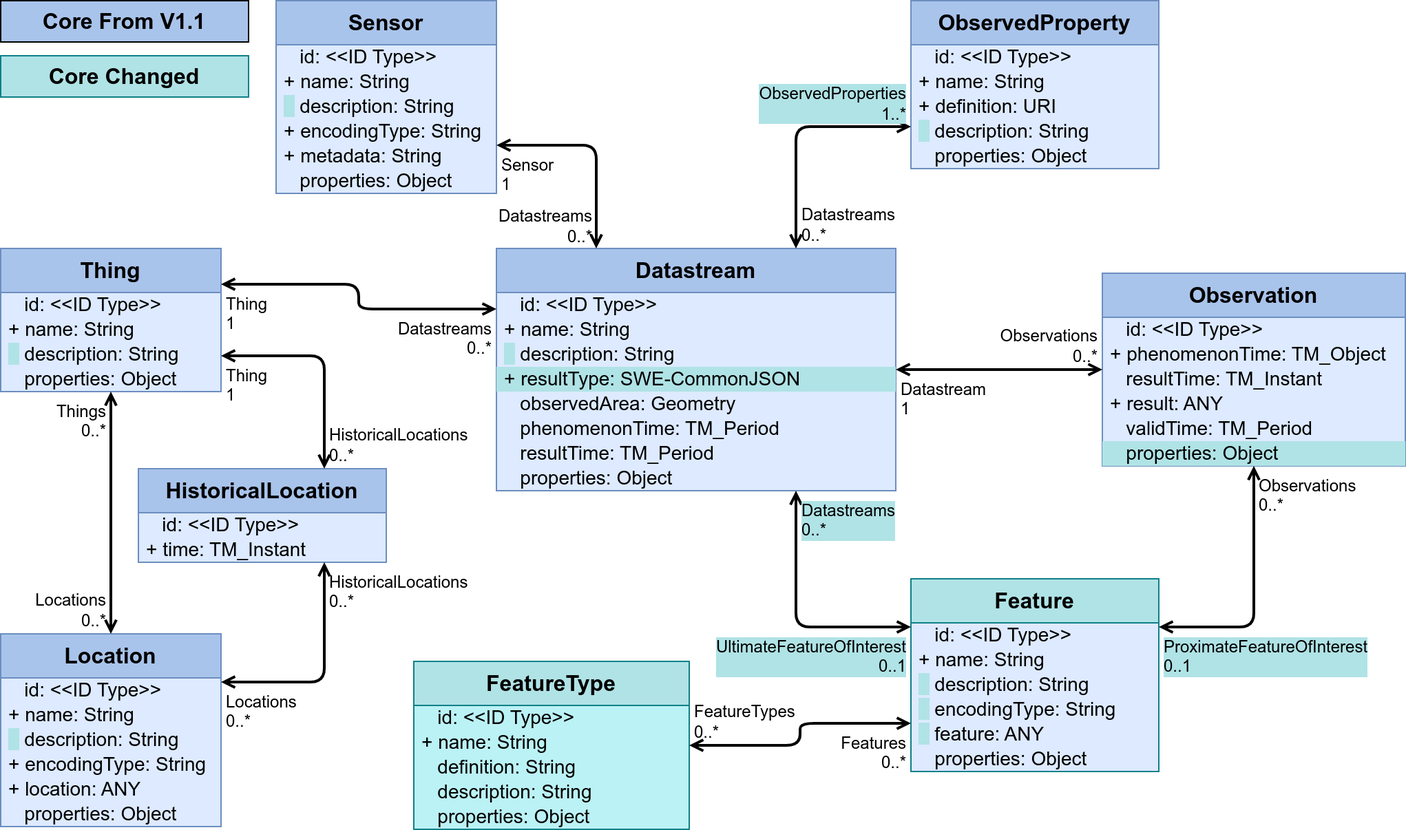
The draw.io diagram figures/Datamodel-SensorThingsApi-V2-Core.drawio.png in opengeospatial/sensorthings, before a commit. Source tidied: cells renumbered, new cells last; positions are measured from the earlier drawing's top-left corner, leaving out a move shared by most shapes.
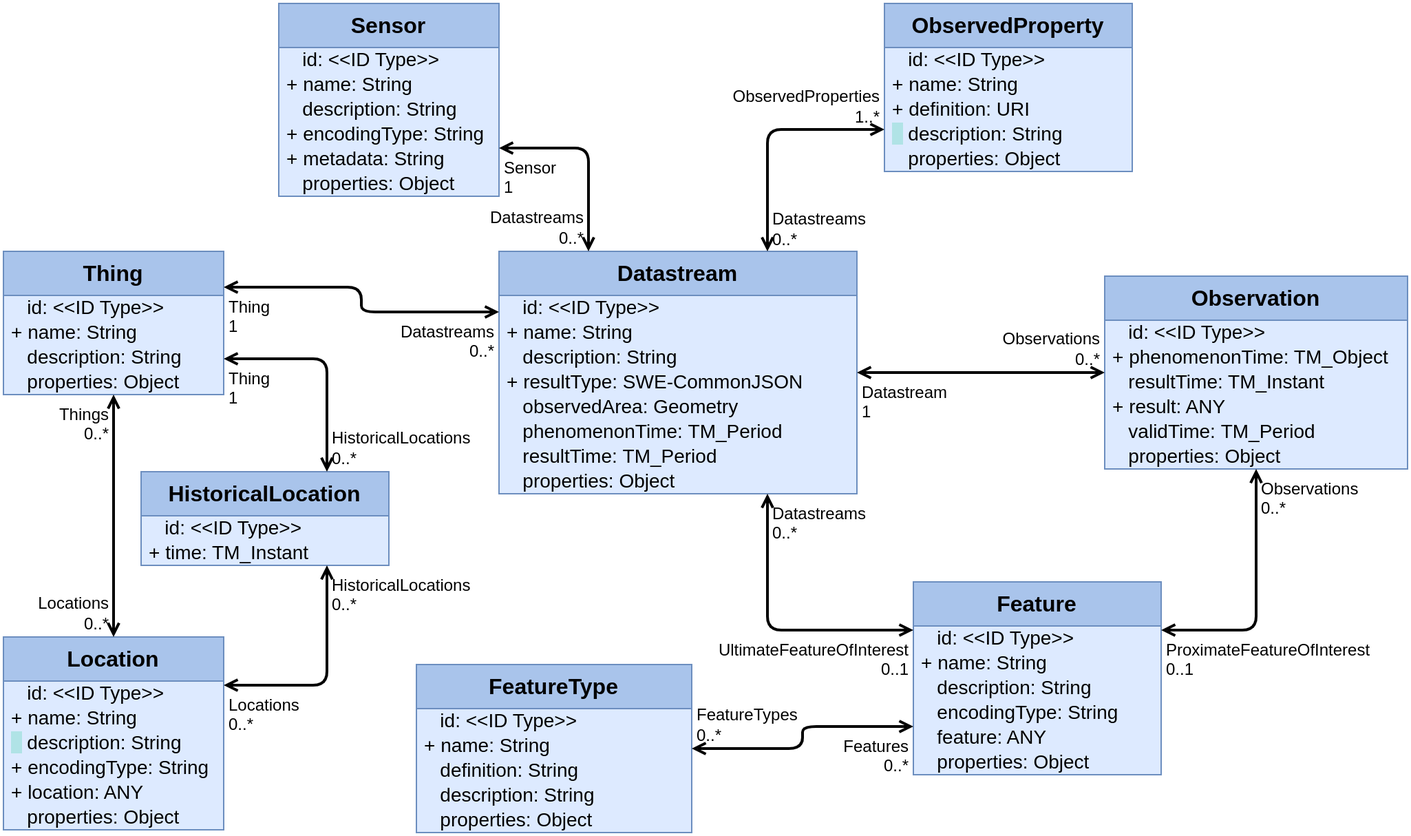
Above is the later version.

Diff of the diagram source:
```diff
@@ -3,33 +3,33 @@
     <mxCell id="0" />
     <mxCell id="1" parent="0" />
     <mxCell id="2" value="Datastream" style="swimlane;fontStyle=1;horizontal=1;startSize=32;fontSize=16;whiteSpace=wrap;html=1;fillColor=#A9C4EB;strokeColor=#6c8ebf;swimlaneFillColor=#DDEAFF;verticalAlign=top;" parent="1" vertex="1">
-      <mxGeometry x="360" y="180" width="290" height="176" as="geometry" />
+      <mxGeometry x="360" y="180" width="260" height="176" as="geometry" />
     </mxCell>
     <mxCell id="3" value="&amp;nbsp;&amp;nbsp;&amp;nbsp;id: &amp;lt;&amp;lt;ID Type&amp;gt;&amp;gt;" style="text;strokeColor=none;fillColor=none;align=left;verticalAlign=middle;spacingLeft=4;spacingRight=4;overflow=visible;html=1;fontSize=14;" parent="2" vertex="1">
-      <mxGeometry y="32" width="290" height="18" as="geometry" />
+      <mxGeometry y="32" width="260" height="18" as="geometry" />
     </mxCell>
     <mxCell id="4" value="+ name: String" style="text;strokeColor=none;fillColor=none;align=left;verticalAlign=middle;spacingLeft=4;spacingRight=4;overflow=visible;html=1;fontSize=14;" parent="2" vertex="1">
-      <mxGeometry y="50" width="290" height="18" as="geometry" />
+      <mxGeometry y="50" width="260" height="18" as="geometry" />
     </mxCell>
-    <mxCell id="5" value="&lt;span style=&quot;background-color: rgb(176, 227, 230);&quot;&gt;&amp;nbsp; &lt;/span&gt;&amp;nbsp;description: String" style="text;strokeColor=none;fillColor=none;align=left;verticalAlign=middle;spacingLeft=4;spacingRight=4;overflow=visible;html=1;fontSize=14;" parent="2" vertex="1">
-      <mxGeometry y="68" width="290" height="18" as="geometry" />
+    <mxCell id="5" value="&amp;nbsp; &amp;nbsp;description: String" style="text;strokeColor=none;fillColor=none;align=left;verticalAlign=middle;spacingLeft=4;spacingRight=4;overflow=visible;html=1;fontSize=14;" parent="2" vertex="1">
+      <mxGeometry y="68" width="260" height="18" as="geometry" />
     </mxCell>
-    <mxCell id="6" value="+ resultType: SWE-CommonJSON" style="text;strokeColor=none;fillColor=#b0e3e6;align=left;verticalAlign=middle;spacingLeft=4;spacingRight=4;overflow=visible;html=1;fontSize=14;" parent="2" vertex="1">
-      <mxGeometry y="86" width="290" height="18" as="geometry" />
+    <mxCell id="6" value="+ resultType: SWE-CommonJSON" style="text;strokeColor=none;fillColor=none;align=left;verticalAlign=middle;spacingLeft=4;spacingRight=4;overflow=visible;html=1;fontSize=14;" parent="2" vertex="1">
+      <mxGeometry y="86" width="260" height="18" as="geometry" />
     </mxCell>
     <mxCell id="7" value="&amp;nbsp;&amp;nbsp;&amp;nbsp;observedArea: Geometry" style="text;strokeColor=none;fillColor=none;align=left;verticalAlign=middle;spacingLeft=4;spacingRight=4;overflow=visible;html=1;fontSize=14;" parent="2" vertex="1">
-      <mxGeometry y="104" width="290" height="18" as="geometry" />
+      <mxGeometry y="104" width="260" height="18" as="geometry" />
     </mxCell>
     <mxCell id="8" value="&amp;nbsp;&amp;nbsp;&amp;nbsp;phenomenonTime:&amp;nbsp;TM_Period" style="text;strokeColor=none;fillColor=none;align=left;verticalAlign=middle;spacingLeft=4;spacingRight=4;overflow=visible;html=1;fontSize=14;" parent="2" vertex="1">
-      <mxGeometry y="122" width="290" height="18" as="geometry" />
+      <mxGeometry y="122" width="260" height="18" as="geometry" />
     </mxCell>
     <mxCell id="9" value="&amp;nbsp;&amp;nbsp;&amp;nbsp;resultTime:&amp;nbsp;TM_Period" style="text;strokeColor=none;fillColor=none;align=left;verticalAlign=middle;spacingLeft=4;spacingRight=4;overflow=visible;html=1;fontSize=14;" parent="2" vertex="1">
-      <mxGeometry y="140" width="290" height="18" as="geometry" />
+      <mxGeometry y="140" width="260" height="18" as="geometry" />
     </mxCell>
     <mxCell id="10" value="&amp;nbsp;&amp;nbsp;&amp;nbsp;properties: Object" style="text;strokeColor=none;fillColor=none;align=left;verticalAlign=middle;spacingLeft=4;spacingRight=4;overflow=visible;html=1;fontSize=14;" parent="2" vertex="1">
-      <mxGeometry y="158" width="290" height="18" as="geometry" />
+      <mxGeometry y="158" width="260" height="18" as="geometry" />
     </mxCell>
-    <mxCell id="11" value="Feature" style="swimlane;fontStyle=1;horizontal=1;startSize=32;fontSize=16;whiteSpace=wrap;html=1;fillColor=#b0e3e6;strokeColor=#0e8088;swimlaneFillColor=#DDEAFF;verticalAlign=top;" parent="1" vertex="1">
+    <mxCell id="11" value="Feature" style="swimlane;fontStyle=1;horizontal=1;startSize=32;fontSize=16;whiteSpace=wrap;html=1;fillColor=#A9C4EB;strokeColor=#6c8ebf;swimlaneFillColor=#DDEAFF;verticalAlign=top;" parent="1" vertex="1">
       <mxGeometry x="661" y="420" width="180" height="140" as="geometry" />
     </mxCell>
     <mxCell id="12" value="&amp;nbsp;&amp;nbsp;&amp;nbsp;id: &amp;lt;&amp;lt;ID Type&amp;gt;&amp;gt;" style="text;strokeColor=none;fillColor=none;align=left;verticalAlign=middle;spacingLeft=4;spacingRight=4;overflow=visible;html=1;fontSize=14;" parent="11" vertex="1">
@@ -38,13 +38,13 @@
     <mxCell id="13" value="+ name: String" style="text;strokeColor=none;fillColor=none;align=left;verticalAlign=middle;spacingLeft=4;spacingRight=4;overflow=visible;html=1;fontSize=14;" parent="11" vertex="1">
       <mxGeometry y="50" width="180" height="18" as="geometry" />
     </mxCell>
-    <mxCell id="14" value="&lt;span style=&quot;background-color: rgb(176, 227, 230);&quot;&gt;&amp;nbsp; &lt;/span&gt;&amp;nbsp;description: String" style="text;strokeColor=none;fillColor=none;align=left;verticalAlign=middle;spacingLeft=4;spacingRight=4;overflow=visible;html=1;fontSize=14;" parent="11" vertex="1">
+    <mxCell id="14" value="&amp;nbsp; &amp;nbsp;description: String" style="text;strokeColor=none;fillColor=none;align=left;verticalAlign=middle;spacingLeft=4;spacingRight=4;overflow=visible;html=1;fontSize=14;" parent="11" vertex="1">
       <mxGeometry y="68" width="180" height="18" as="geometry" />
     </mxCell>
-    <mxCell id="15" value="&lt;span style=&quot;background-color: rgb(176, 227, 230);&quot;&gt;&amp;nbsp; &lt;/span&gt;&amp;nbsp;encodingType: String" style="text;strokeColor=none;fillColor=none;align=left;verticalAlign=middle;spacingLeft=4;spacingRight=4;overflow=visible;html=1;fontSize=14;" parent="11" vertex="1">
+    <mxCell id="15" value="&amp;nbsp; &amp;nbsp;encodingType: String" style="text;strokeColor=none;fillColor=none;align=left;verticalAlign=middle;spacingLeft=4;spacingRight=4;overflow=visible;html=1;fontSize=14;" parent="11" vertex="1">
       <mxGeometry y="86" width="180" height="18" as="geometry" />
     </mxCell>
-    <mxCell id="16" value="&lt;span style=&quot;background-color: rgb(176, 227, 230);&quot;&gt;&amp;nbsp; &lt;/span&gt;&amp;nbsp;feature: ANY" style="text;strokeColor=none;fillColor=none;align=left;verticalAlign=middle;spacingLeft=4;spacingRight=4;overflow=visible;html=1;fontSize=14;" parent="11" vertex="1">
+    <mxCell id="16" value="&amp;nbsp; &amp;nbsp;feature: ANY" style="text;strokeColor=none;fillColor=none;align=left;verticalAlign=middle;spacingLeft=4;spacingRight=4;overflow=visible;html=1;fontSize=14;" parent="11" vertex="1">
       <mxGeometry y="104" width="180" height="18" as="geometry" />
     </mxCell>
     <mxCell id="17" value="&amp;nbsp;&amp;nbsp;&amp;nbsp;properties: Object" style="text;strokeColor=none;fillColor=none;align=left;verticalAlign=middle;spacingLeft=4;spacingRight=4;overflow=visible;html=1;fontSize=14;" parent="11" vertex="1">
@@ -53,13 +53,13 @@
     <mxCell id="18" style="endArrow=open;startArrow=open;html=1;rounded=1;exitX=0;exitY=0.25;exitDx=0;exitDy=0;edgeStyle=orthogonalEdgeStyle;entryX=0.75;entryY=1;entryDx=0;entryDy=0;curved=0;strokeWidth=2;startFill=0;endFill=0;" parent="1" edge="1" source="11" target="2">
       <mxGeometry relative="1" as="geometry" />
     </mxCell>
-    <mxCell id="19" value="UltimateFeatureOfInterest&lt;br&gt;0..1" style="edgeLabel;html=1;align=right;verticalAlign=top;labelBackgroundColor=#B0E3E6;fontSize=12;spacingLeft=1;spacing=3;spacingRight=2;" parent="18" vertex="1">
+    <mxCell id="19" value="UltimateFeatureOfInterest&lt;br&gt;0..1" style="edgeLabel;html=1;align=right;verticalAlign=top;labelBackgroundColor=none;fontSize=12;spacingLeft=1;spacing=3;spacingRight=2;" parent="18" vertex="1">
       <mxGeometry x="-1" relative="1" as="geometry" />
     </mxCell>
-    <mxCell id="20" value="Datastreams&lt;br&gt;0..*" style="edgeLabel;html=1;align=left;verticalAlign=top;labelBackgroundColor=#B0E3E6;fontSize=12;spacingLeft=1;spacing=3;spacingRight=2;" parent="18" vertex="1">
+    <mxCell id="20" value="Datastreams&lt;br&gt;0..*" style="edgeLabel;html=1;align=left;verticalAlign=top;labelBackgroundColor=none;fontSize=12;spacingLeft=1;spacing=3;spacingRight=2;" parent="18" vertex="1">
       <mxGeometry x="1" relative="1" as="geometry" />
     </mxCell>
-    <mxCell id="21" value="FeatureType" style="swimlane;fontStyle=1;horizontal=1;startSize=32;fontSize=16;whiteSpace=wrap;html=1;fillColor=#b0e3e6;strokeColor=#0e8088;swimlaneFillColor=#BBF2F5;verticalAlign=top;" parent="1" vertex="1">
+    <mxCell id="21" value="FeatureType" style="swimlane;fontStyle=1;horizontal=1;startSize=32;fontSize=16;whiteSpace=wrap;html=1;fillColor=#A9C4EB;strokeColor=#6c8ebf;swimlaneFillColor=#DDEAFF;verticalAlign=top;" parent="1" vertex="1">
       <mxGeometry x="300" y="480" width="200" height="122" as="geometry" />
     </mxCell>
     <mxCell id="22" value="&amp;nbsp;&amp;nbsp;&amp;nbsp;id: &amp;lt;&amp;lt;ID Type&amp;gt;&amp;gt;" style="text;strokeColor=none;fillColor=none;align=left;verticalAlign=middle;spacingLeft=4;spacingRight=4;overflow=visible;html=1;fontSize=14;" parent="21" vertex="1">
@@ -143,7 +143,7 @@
     <mxCell id="48" value="&amp;nbsp;&amp;nbsp;&amp;nbsp;validTime:&amp;nbsp;TM_Period" style="text;strokeColor=none;fillColor=none;align=left;verticalAlign=middle;spacingLeft=4;spacingRight=4;overflow=visible;html=1;fontSize=14;" parent="43" vertex="1">
       <mxGeometry y="104" width="220" height="18" as="geometry" />
     </mxCell>
-    <mxCell id="49" value="&amp;nbsp;&amp;nbsp;&amp;nbsp;properties: Object" style="text;strokeColor=none;fillColor=#b0e3e6;align=left;verticalAlign=middle;spacingLeft=4;spacingRight=4;overflow=visible;html=1;fontSize=14;" parent="43" vertex="1">
+    <mxCell id="49" value="&amp;nbsp;&amp;nbsp;&amp;nbsp;properties: Object" style="text;strokeColor=none;fillColor=none;align=left;verticalAlign=middle;spacingLeft=4;spacingRight=4;overflow=visible;html=1;fontSize=14;" parent="43" vertex="1">
       <mxGeometry y="122" width="220" height="18" as="geometry" />
     </mxCell>
     <mxCell id="50" style="endArrow=open;startArrow=open;html=1;rounded=1;exitX=0;exitY=0.5;exitDx=0;exitDy=0;entryX=1;entryY=0.5;entryDx=0;entryDy=0;edgeStyle=orthogonalEdgeStyle;strokeWidth=2;curved=0;startFill=0;endFill=0;" parent="1" edge="1" source="43" target="2">
@@ -161,11 +161,11 @@
     <mxCell id="54" value="Observations&lt;br&gt;0..*" style="edgeLabel;html=1;align=left;verticalAlign=top;labelBackgroundColor=none;fontSize=12;spacingLeft=1;spacing=3;spacingRight=2;" parent="53" vertex="1">
       <mxGeometry x="-1" relative="1" as="geometry" />
     </mxCell>
-    <mxCell id="55" value="ProximateFeatureOfInterest&lt;br&gt;0..1" style="edgeLabel;html=1;align=left;verticalAlign=top;labelBackgroundColor=#B0E3E6;fontSize=12;spacingLeft=1;spacing=3;spacingRight=2;" parent="53" vertex="1">
+    <mxCell id="55" value="ProximateFeatureOfInterest&lt;br&gt;0..1" style="edgeLabel;html=1;align=left;verticalAlign=top;labelBackgroundColor=none;fontSize=12;spacingLeft=1;spacing=3;spacingRight=2;" parent="53" vertex="1">
       <mxGeometry x="1" relative="1" as="geometry" />
     </mxCell>
     <mxCell id="56" value="ObservedProperty" style="swimlane;fontStyle=1;horizontal=1;startSize=32;fontSize=16;whiteSpace=wrap;html=1;fillColor=#A9C4EB;strokeColor=#6c8ebf;swimlaneFillColor=#DDEAFF;verticalAlign=top;" parent="1" vertex="1">
-      <mxGeometry x="661" width="180" height="122" as="geometry" />
+      <mxGeometry x="640" width="180" height="122" as="geometry" />
     </mxCell>
     <mxCell id="57" value="&amp;nbsp;&amp;nbsp;&amp;nbsp;id: &amp;lt;&amp;lt;ID Type&amp;gt;&amp;gt;" style="text;strokeColor=none;fillColor=none;align=left;verticalAlign=middle;spacingLeft=4;spacingRight=4;overflow=visible;html=1;fontSize=14;" parent="56" vertex="1">
       <mxGeometry y="32" width="180" height="18" as="geometry" />
@@ -185,7 +185,7 @@
     <mxCell id="62" style="endArrow=open;startArrow=open;html=1;rounded=1;edgeStyle=orthogonalEdgeStyle;entryX=0.75;entryY=0;entryDx=0;entryDy=0;exitX=0;exitY=0.75;exitDx=0;exitDy=0;curved=0;strokeWidth=2;startFill=0;endFill=0;" parent="1" edge="1" source="56" target="2">
       <mxGeometry relative="1" as="geometry" />
     </mxCell>
-    <mxCell id="63" value="ObservedProperties&lt;br&gt;1..*" style="edgeLabel;html=1;align=right;verticalAlign=bottom;labelBackgroundColor=#B0E3E6;fontSize=12;spacingLeft=1;spacing=3;spacingRight=2;" parent="62" vertex="1">
+    <mxCell id="63" value="ObservedProperties&lt;br&gt;1..*" style="edgeLabel;html=1;align=right;verticalAlign=bottom;labelBackgroundColor=none;fontSize=12;spacingLeft=1;spacing=3;spacingRight=2;" parent="62" vertex="1">
       <mxGeometry x="-1" relative="1" as="geometry" />
     </mxCell>
     <mxCell id="64" value="Datastreams&lt;br&gt;0..*" style="edgeLabel;html=1;align=left;verticalAlign=bottom;labelBackgroundColor=none;fontSize=12;spacingLeft=1;spacing=3;spacingRight=2;" parent="62" vertex="1">
@@ -200,7 +200,7 @@
     <mxCell id="67" value="+ name: String" style="text;strokeColor=none;fillColor=none;align=left;verticalAlign=middle;spacingLeft=4;spacingRight=4;overflow=visible;html=1;fontSize=14;" parent="65" vertex="1">
       <mxGeometry y="50" width="160" height="18" as="geometry" />
     </mxCell>
-    <mxCell id="68" value="&lt;span style=&quot;background-color: rgb(176, 227, 230);&quot;&gt;&amp;nbsp; &lt;/span&gt;&amp;nbsp;description: String" style="text;strokeColor=none;fillColor=none;align=left;verticalAlign=middle;spacingLeft=4;spacingRight=4;overflow=visible;html=1;fontSize=14;" parent="65" vertex="1">
+    <mxCell id="68" value="&amp;nbsp; &amp;nbsp;description: String" style="text;strokeColor=none;fillColor=none;align=left;verticalAlign=middle;spacingLeft=4;spacingRight=4;overflow=visible;html=1;fontSize=14;" parent="65" vertex="1">
       <mxGeometry y="68" width="160" height="18" as="geometry" />
     </mxCell>
     <mxCell id="69" value="+ encodingType: String" style="text;strokeColor=none;fillColor=none;align=left;verticalAlign=middle;spacingLeft=4;spacingRight=4;overflow=visible;html=1;fontSize=14;" parent="65" vertex="1">
@@ -230,7 +230,7 @@
     <mxCell id="77" value="+ name: String" style="text;strokeColor=none;fillColor=none;align=left;verticalAlign=middle;spacingLeft=4;spacingRight=4;overflow=visible;html=1;fontSize=14;" parent="75" vertex="1">
       <mxGeometry y="50" width="160" height="18" as="geometry" />
     </mxCell>
-    <mxCell id="78" value="&lt;span style=&quot;background-color: rgb(176, 227, 230);&quot;&gt;&amp;nbsp; &lt;/span&gt;&amp;nbsp;description: String" style="text;strokeColor=none;fillColor=none;align=left;verticalAlign=middle;spacingLeft=4;spacingRight=4;overflow=visible;html=1;fontSize=14;" parent="75" vertex="1">
+    <mxCell id="78" value="&amp;nbsp; &amp;nbsp;description: String" style="text;strokeColor=none;fillColor=none;align=left;verticalAlign=middle;spacingLeft=4;spacingRight=4;overflow=visible;html=1;fontSize=14;" parent="75" vertex="1">
       <mxGeometry y="68" width="160" height="18" as="geometry" />
     </mxCell>
     <mxCell id="79" value="&amp;nbsp;&amp;nbsp;&amp;nbsp;properties: Object" style="text;strokeColor=none;fillColor=none;align=left;verticalAlign=middle;spacingLeft=4;spacingRight=4;overflow=visible;html=1;fontSize=14;" parent="75" vertex="1">
@@ -263,11 +263,5 @@
     <mxCell id="88" value="Datastreams&lt;br&gt;0..*" style="edgeLabel;html=1;align=right;verticalAlign=top;labelBackgroundColor=none;fontSize=12;spacingLeft=1;spacing=3;spacingRight=2;" parent="86" vertex="1">
       <mxGeometry x="1" relative="1" as="geometry" />
     </mxCell>
-    <mxCell id="89" value="Core Changed" style="rounded=0;whiteSpace=wrap;html=1;labelBackgroundColor=none;fillColor=#b0e3e6;strokeColor=#0e8088;fontStyle=1;fontSize=16;" parent="1" vertex="1">
-      <mxGeometry y="40" width="180" height="30" as="geometry" />
-    </mxCell>
-    <mxCell id="90" value="Core From V1.1" style="rounded=0;whiteSpace=wrap;html=1;labelBackgroundColor=none;fillColor=#A9C4EB;strokeColor=default;fontStyle=1;fontSize=16;" parent="1" vertex="1">
-      <mxGeometry width="180" height="30" as="geometry" />
-    </mxCell>
   </root>
 </mxGraphModel>
```
